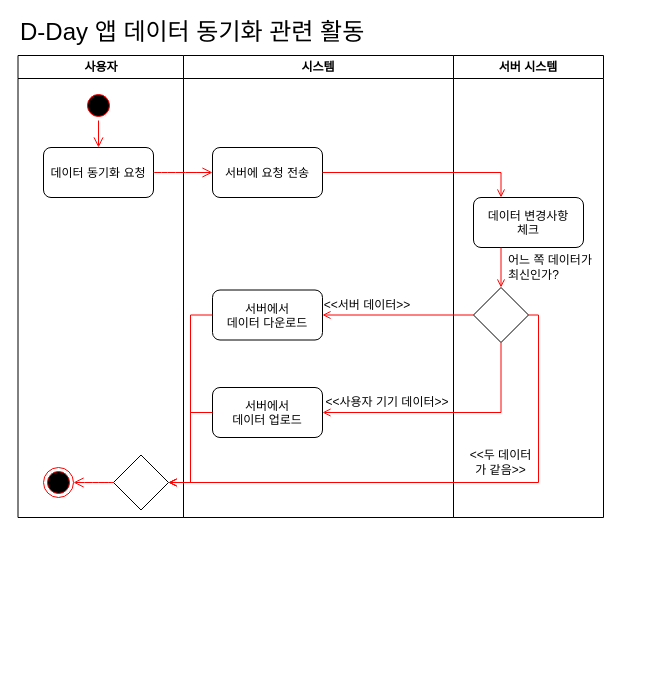
Before: activity diagram - datasync.drawio in baechuTree/softwareEngineering, a draw.io diagram. Source tidied: cells renumbered, new cells numbered last; positions are measured from the earlier drawing's top-left corner, leaving out a move shared by most shapes. Both pictures are drawn from the tidied source at 100%, with x=0, y=0 at pixel (17, 17).
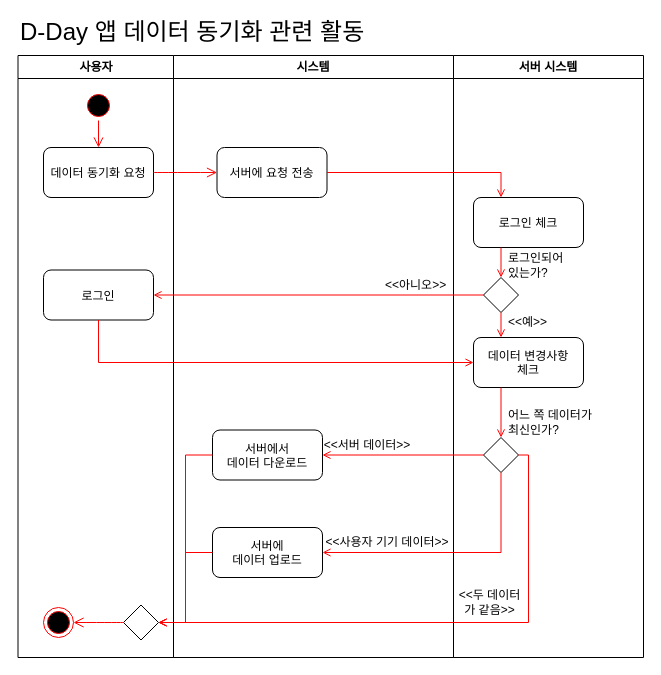
The same page after the edit.

Change to the diagram source:
```diff
@@
     <mxCell id="2" value="사용자" style="swimlane;whiteSpace=wrap;startSize=23;" parent="1" vertex="1">
-      <mxGeometry x="0.5" y="38" width="165.5" height="462" as="geometry" />
+      <mxGeometry x="0.5" y="38" width="155.5" height="602" as="geometry" />
     </mxCell>
@@
+    <mxCell id="6" value="데이터 동기화 요청" style="rounded=1;" parent="2" vertex="1">
+      <mxGeometry x="25.5" y="92" width="110" height="50" as="geometry" />
+    </mxCell>
+    <mxCell id="29" value="로그인" style="rounded=1;" parent="2" vertex="1">
+      <mxGeometry x="25.5" y="214.5" width="110" height="50" as="geometry" />
+    </mxCell>
+    <mxCell id="9" value="시스템" style="swimlane;whiteSpace=wrap;" parent="1" vertex="1">
+      <mxGeometry x="156" y="38" width="280" height="602" as="geometry" />
+    </mxCell>
+    <mxCell id="12" value="서버에 요청 전송" style="rounded=1;" parent="9" vertex="1">
+      <mxGeometry x="43.5" y="92" width="110" height="50" as="geometry" />
+    </mxCell>
+    <mxCell id="30" value="&amp;lt;&amp;lt;아니오&amp;gt;&amp;gt;" style="text;html=1;align=left;verticalAlign=middle;whiteSpace=wrap;rounded=0;" parent="9" vertex="1">
+      <mxGeometry x="210" y="214.5" width="70" height="30" as="geometry" />
+    </mxCell>
+    <mxCell id="15" value="D-Day 앱 데이터 동기화 관련 활동" style="text;html=1;align=left;verticalAlign=middle;whiteSpace=wrap;rounded=0;fontSize=24;" parent="1" vertex="1">
+      <mxGeometry x="0.5" width="385.5" height="30" as="geometry" />
+    </mxCell>
+    <mxCell id="16" value="서버 시스템" style="swimlane;whiteSpace=wrap;startSize=23;" parent="1" vertex="1">
+      <mxGeometry x="436" y="38" width="190" height="602" as="geometry" />
+    </mxCell>
+    <mxCell id="31" value="로그인 체크" style="rounded=1;" parent="16" vertex="1">
+      <mxGeometry x="20" y="142" width="110" height="50" as="geometry" />
+    </mxCell>
+    <mxCell id="32" style="rhombus;whiteSpace=wrap;html=1;" parent="16" vertex="1">
+      <mxGeometry x="30" y="222" width="35" height="35" as="geometry" />
+    </mxCell>
+    <mxCell id="33" style="endArrow=open;strokeColor=#FF0000;endFill=1;rounded=0;exitX=0.25;exitY=1;exitDx=0;exitDy=0;" parent="16" edge="1" source="31" target="32">
+      <mxGeometry relative="1" as="geometry" />
+    </mxCell>
-    <mxCell id="5" style="ellipse;shape=endState;fillColor=#000000;strokeColor=#ff0000;" parent="2" vertex="1">
-      <mxGeometry x="25.5" y="412" width="30" height="30" as="geometry" />
+    <mxCell id="5" style="ellipse;shape=endState;fillColor=#000000;strokeColor=#ff0000;" parent="16" vertex="1">
+      <mxGeometry x="-410" y="552" width="30" height="30" as="geometry" />
     </mxCell>
-    <mxCell id="6" value="데이터 동기화 요청" style="rounded=1;" parent="2" vertex="1">
-      <mxGeometry x="25.5" y="92" width="110" height="50" as="geometry" />
-    </mxCell>
-    <mxCell id="7" style="rhombus;whiteSpace=wrap;html=1;" parent="2" vertex="1">
-      <mxGeometry x="95.5" y="399.5" width="55" height="55" as="geometry" />
+    <mxCell id="7" style="rhombus;whiteSpace=wrap;html=1;" parent="16" vertex="1">
+      <mxGeometry x="-330" y="549.5" width="35" height="35" as="geometry" />
     </mxCell>
-    <mxCell id="8" style="edgeStyle=none;curved=1;rounded=0;jettySize=auto;html=1;fontSize=12;startSize=8;endSize=8;strokeColor=#FF0000;endArrow=open;endFill=0;exitX=0;exitY=0.5;exitDx=0;exitDy=0;entryX=1;entryY=0.5;entryDx=0;entryDy=0;" parent="2" edge="1" source="7" target="5">
+    <mxCell id="8" style="edgeStyle=none;curved=1;rounded=0;jettySize=auto;html=1;fontSize=12;startSize=8;endSize=8;strokeColor=#FF0000;endArrow=open;endFill=0;exitX=0;exitY=0.5;exitDx=0;exitDy=0;entryX=1;entryY=0.5;entryDx=0;entryDy=0;" parent="16" edge="1" source="7" target="5">
       <mxGeometry relative="1" as="geometry" />
     </mxCell>
-    <mxCell id="9" value="시스템" style="swimlane;whiteSpace=wrap;" parent="1" vertex="1">
-      <mxGeometry x="166" y="38" width="270" height="462" as="geometry" />
-    </mxCell>
-    <mxCell id="10" value="서버에서&#10;데이터 업로드" style="rounded=1;" parent="9" vertex="1">
-      <mxGeometry x="29" y="332" width="110" height="50" as="geometry" />
+    <mxCell id="10" value="서버에&#10;데이터 업로드" style="rounded=1;" parent="16" vertex="1">
+      <mxGeometry x="-241" y="472" width="110" height="50" as="geometry" />
     </mxCell>
-    <mxCell id="11" value="서버에서&#10;데이터 다운로드" style="rounded=1;" parent="9" vertex="1">
-      <mxGeometry x="29" y="234.5" width="110" height="50" as="geometry" />
+    <mxCell id="11" value="서버에서&#10;데이터 다운로드" style="rounded=1;" parent="16" vertex="1">
+      <mxGeometry x="-241" y="374.5" width="110" height="50" as="geometry" />
     </mxCell>
-    <mxCell id="12" value="서버에 요청 전송" style="rounded=1;" parent="9" vertex="1">
-      <mxGeometry x="29" y="92" width="110" height="50" as="geometry" />
-    </mxCell>
-    <mxCell id="13" value="&amp;lt;&amp;lt;서버 데이터&amp;gt;&amp;gt;" style="text;html=1;align=center;verticalAlign=middle;whiteSpace=wrap;rounded=0;" parent="9" vertex="1">
-      <mxGeometry x="139" y="234.5" width="90" height="30" as="geometry" />
+    <mxCell id="13" value="&amp;lt;&amp;lt;서버 데이터&amp;gt;&amp;gt;" style="text;html=1;align=center;verticalAlign=middle;whiteSpace=wrap;rounded=0;" parent="16" vertex="1">
+      <mxGeometry x="-131" y="374.5" width="90" height="30" as="geometry" />
     </mxCell>
-    <mxCell id="14" value="&amp;lt;&amp;lt;사용자 기기 데이터&amp;gt;&amp;gt;" style="text;html=1;align=center;verticalAlign=middle;whiteSpace=wrap;rounded=0;" parent="9" vertex="1">
-      <mxGeometry x="139" y="332" width="130" height="30" as="geometry" />
+    <mxCell id="14" value="&amp;lt;&amp;lt;사용자 기기 데이터&amp;gt;&amp;gt;" style="text;html=1;align=center;verticalAlign=middle;whiteSpace=wrap;rounded=0;" parent="16" vertex="1">
+      <mxGeometry x="-131" y="472" width="130" height="30" as="geometry" />
     </mxCell>
-    <mxCell id="15" value="D-Day 앱 데이터 동기화 관련 활동" style="text;html=1;align=left;verticalAlign=middle;whiteSpace=wrap;rounded=0;fontSize=24;" parent="1" vertex="1">
-      <mxGeometry x="0.5" width="385.5" height="30" as="geometry" />
-    </mxCell>
-    <mxCell id="16" value="서버 시스템" style="swimlane;whiteSpace=wrap;startSize=23;" parent="1" vertex="1">
-      <mxGeometry x="436" y="38" width="150" height="462" as="geometry" />
-    </mxCell>
     <mxCell id="17" style="rhombus;whiteSpace=wrap;html=1;" parent="16" vertex="1">
-      <mxGeometry x="20" y="232" width="55" height="55" as="geometry" />
+      <mxGeometry x="30" y="382" width="35" height="35" as="geometry" />
     </mxCell>
     <mxCell id="18" value="어느 쪽 데이터가&lt;div&gt;최신인가?&lt;/div&gt;" style="text;html=1;align=left;verticalAlign=middle;whiteSpace=wrap;rounded=0;" parent="16" vertex="1">
-      <mxGeometry x="53" y="197" width="110" height="30" as="geometry" />
+      <mxGeometry x="53" y="352" width="110" height="30" as="geometry" />
     </mxCell>
     <mxCell id="19" value="데이터 변경사항&#10;체크" style="rounded=1;" parent="16" vertex="1">
-      <mxGeometry x="20" y="142" width="110" height="50" as="geometry" />
+      <mxGeometry x="20" y="282" width="110" height="50" as="geometry" />
     </mxCell>
@@
-    <mxCell id="21" value="&amp;lt;&amp;lt;두 데이터가 같음&amp;gt;&amp;gt;" style="text;html=1;align=center;verticalAlign=middle;whiteSpace=wrap;rounded=0;" parent="16" vertex="1">
-      <mxGeometry x="14" y="392" width="67" height="30" as="geometry" />
-    </mxCell>
-    <mxCell id="22" style="edgeStyle=orthogonalEdgeStyle;rounded=0;jettySize=auto;html=1;endArrow=open;endFill=0;strokeColor=#FF0000;entryX=0.25;entryY=0;entryDx=0;entryDy=0;" parent="1" edge="1" source="12" target="19">
-      <mxGeometry relative="1" as="geometry" />
-    </mxCell>
-    <mxCell id="23" style="endArrow=open;strokeColor=#FF0000;endFill=1;rounded=0;entryX=1;entryY=0.5;entryDx=0;entryDy=0;exitX=0;exitY=0.5;exitDx=0;exitDy=0;edgeStyle=orthogonalEdgeStyle;" parent="1" edge="1" source="10" target="7">
+    <mxCell id="23" style="endArrow=open;strokeColor=#FF0000;endFill=1;rounded=0;entryX=1;entryY=0.5;entryDx=0;entryDy=0;exitX=0;exitY=0.5;exitDx=0;exitDy=0;edgeStyle=orthogonalEdgeStyle;" parent="16" edge="1" source="10" target="7">
       <mxGeometry relative="1" as="geometry" />
     </mxCell>
-    <mxCell id="24" style="endArrow=open;strokeColor=#FF0000;endFill=1;rounded=0;entryX=1;entryY=0.5;entryDx=0;entryDy=0;exitX=0.5;exitY=1;exitDx=0;exitDy=0;edgeStyle=orthogonalEdgeStyle;" parent="1" edge="1" source="17" target="10">
+    <mxCell id="24" style="endArrow=open;strokeColor=#FF0000;endFill=1;rounded=0;entryX=1;entryY=0.5;entryDx=0;entryDy=0;exitX=0.5;exitY=1;exitDx=0;exitDy=0;edgeStyle=orthogonalEdgeStyle;" parent="16" edge="1" source="17" target="10">
       <mxGeometry relative="1" as="geometry" />
     </mxCell>
-    <mxCell id="25" style="endArrow=open;strokeColor=#FF0000;endFill=1;rounded=0;entryX=1;entryY=0.5;entryDx=0;entryDy=0;exitX=0;exitY=0.5;exitDx=0;exitDy=0;edgeStyle=orthogonalEdgeStyle;" parent="1" edge="1" source="17" target="11">
+    <mxCell id="25" style="endArrow=open;strokeColor=#FF0000;endFill=1;rounded=0;entryX=1;entryY=0.5;entryDx=0;entryDy=0;exitX=0;exitY=0.5;exitDx=0;exitDy=0;edgeStyle=orthogonalEdgeStyle;" parent="16" edge="1" source="17" target="11">
       <mxGeometry relative="1" as="geometry" />
     </mxCell>
-    <mxCell id="26" style="edgeStyle=none;curved=1;rounded=0;jettySize=auto;html=1;fontSize=12;startSize=8;endSize=8;strokeColor=#FF0000;endArrow=open;endFill=0;" parent="1" edge="1" source="6" target="12">
-      <mxGeometry relative="1" as="geometry" />
-    </mxCell>
-    <mxCell id="27" style="endArrow=open;strokeColor=#FF0000;endFill=1;rounded=0;entryX=1;entryY=0.5;entryDx=0;entryDy=0;exitX=0;exitY=0.5;exitDx=0;exitDy=0;edgeStyle=orthogonalEdgeStyle;" parent="1" edge="1" source="11" target="7">
+    <mxCell id="27" style="endArrow=open;strokeColor=#FF0000;endFill=1;rounded=0;entryX=1;entryY=0.5;entryDx=0;entryDy=0;exitX=0;exitY=0.5;exitDx=0;exitDy=0;edgeStyle=orthogonalEdgeStyle;" parent="16" edge="1" source="11" target="7">
       <mxGeometry relative="1" as="geometry" />
     </mxCell>
-    <mxCell id="28" style="endArrow=open;strokeColor=#FF0000;endFill=1;rounded=0;entryX=1;entryY=0.5;entryDx=0;entryDy=0;exitX=1;exitY=0.5;exitDx=0;exitDy=0;edgeStyle=orthogonalEdgeStyle;" parent="1" edge="1" source="17" target="7">
+    <mxCell id="28" style="endArrow=open;strokeColor=#FF0000;endFill=1;rounded=0;entryX=1;entryY=0.5;entryDx=0;entryDy=0;exitX=1;exitY=0.5;exitDx=0;exitDy=0;edgeStyle=orthogonalEdgeStyle;" parent="16" edge="1" source="17" target="7">
       <mxGeometry relative="1" as="geometry" />
     </mxCell>
+    <mxCell id="21" value="&amp;lt;&amp;lt;두 데이터가 같음&amp;gt;&amp;gt;" style="text;html=1;align=center;verticalAlign=middle;whiteSpace=wrap;rounded=0;" parent="16" vertex="1">
+      <mxGeometry x="3" y="532" width="67" height="30" as="geometry" />
+    </mxCell>
+    <mxCell id="34" style="endArrow=open;strokeColor=#FF0000;endFill=1;rounded=0;entryX=0.25;entryY=0;entryDx=0;entryDy=0;exitX=0.5;exitY=1;exitDx=0;exitDy=0;" parent="16" edge="1" source="32" target="19">
+      <mxGeometry relative="1" as="geometry" />
+    </mxCell>
+    <mxCell id="35" value="&amp;lt;&amp;lt;예&amp;gt;&amp;gt;" style="text;html=1;align=left;verticalAlign=middle;whiteSpace=wrap;rounded=0;" parent="16" vertex="1">
+      <mxGeometry x="53" y="252" width="60" height="30" as="geometry" />
+    </mxCell>
+    <mxCell id="22" style="edgeStyle=orthogonalEdgeStyle;rounded=0;jettySize=auto;html=1;endArrow=open;endFill=0;strokeColor=#FF0000;entryX=0.25;entryY=0;entryDx=0;entryDy=0;" parent="1" edge="1" source="12" target="31">
+      <mxGeometry relative="1" as="geometry" />
+    </mxCell>
+    <mxCell id="26" style="edgeStyle=none;curved=1;rounded=0;jettySize=auto;html=1;fontSize=12;startSize=8;endSize=8;strokeColor=#FF0000;endArrow=open;endFill=0;" parent="1" edge="1" source="6" target="12">
+      <mxGeometry relative="1" as="geometry" />
+    </mxCell>
+    <mxCell id="36" value="로그인되어&lt;div&gt;있는가?&lt;/div&gt;" style="text;html=1;align=left;verticalAlign=middle;whiteSpace=wrap;rounded=0;" parent="1" vertex="1">
+      <mxGeometry x="489" y="233" width="60" height="30" as="geometry" />
+    </mxCell>
+    <mxCell id="37" style="edgeStyle=orthogonalEdgeStyle;rounded=0;jettySize=auto;html=1;endArrow=open;endFill=0;strokeColor=#FF0000;entryX=1;entryY=0.5;entryDx=0;entryDy=0;exitX=0;exitY=0.5;exitDx=0;exitDy=0;" parent="1" edge="1" source="32" target="29">
+      <mxGeometry relative="1" as="geometry" />
+    </mxCell>
+    <mxCell id="38" style="edgeStyle=orthogonalEdgeStyle;rounded=0;jettySize=auto;html=1;endArrow=open;endFill=0;strokeColor=#FF0000;exitX=0.5;exitY=1;exitDx=0;exitDy=0;entryX=0;entryY=0.5;entryDx=0;entryDy=0;" parent="1" edge="1" source="29" target="19">
+      <mxGeometry relative="1" as="geometry" />
+    </mxCell>
```
